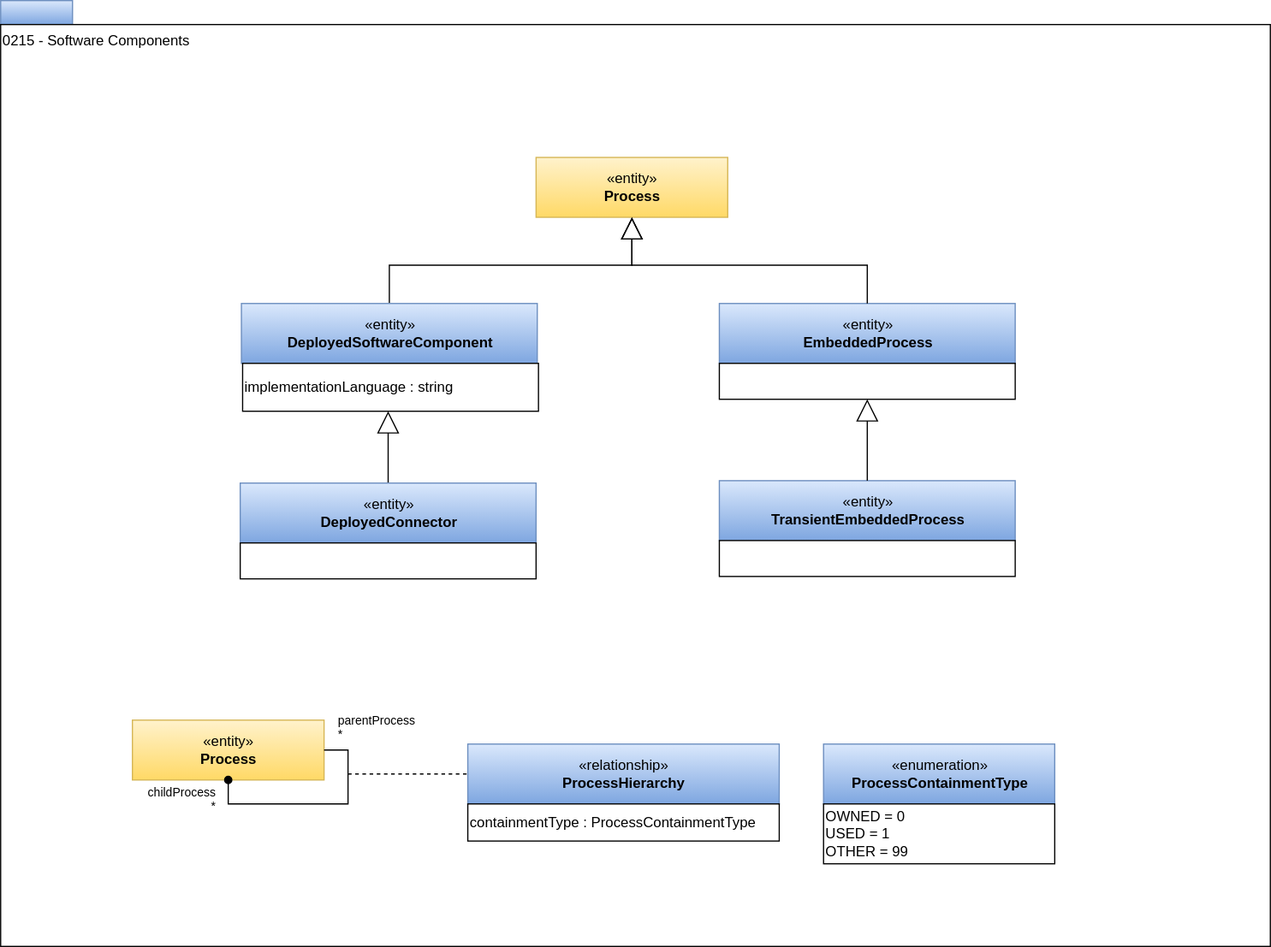
This is site/docs/types/2/0215-Software-Components.svg from odpi/egeria-docs, a draw.io export, as it was before one commit. Source tidied: cells renumbered, new cells last; positions are measured from the earlier drawing's top-left corner, leaving out a move shared by most shapes.
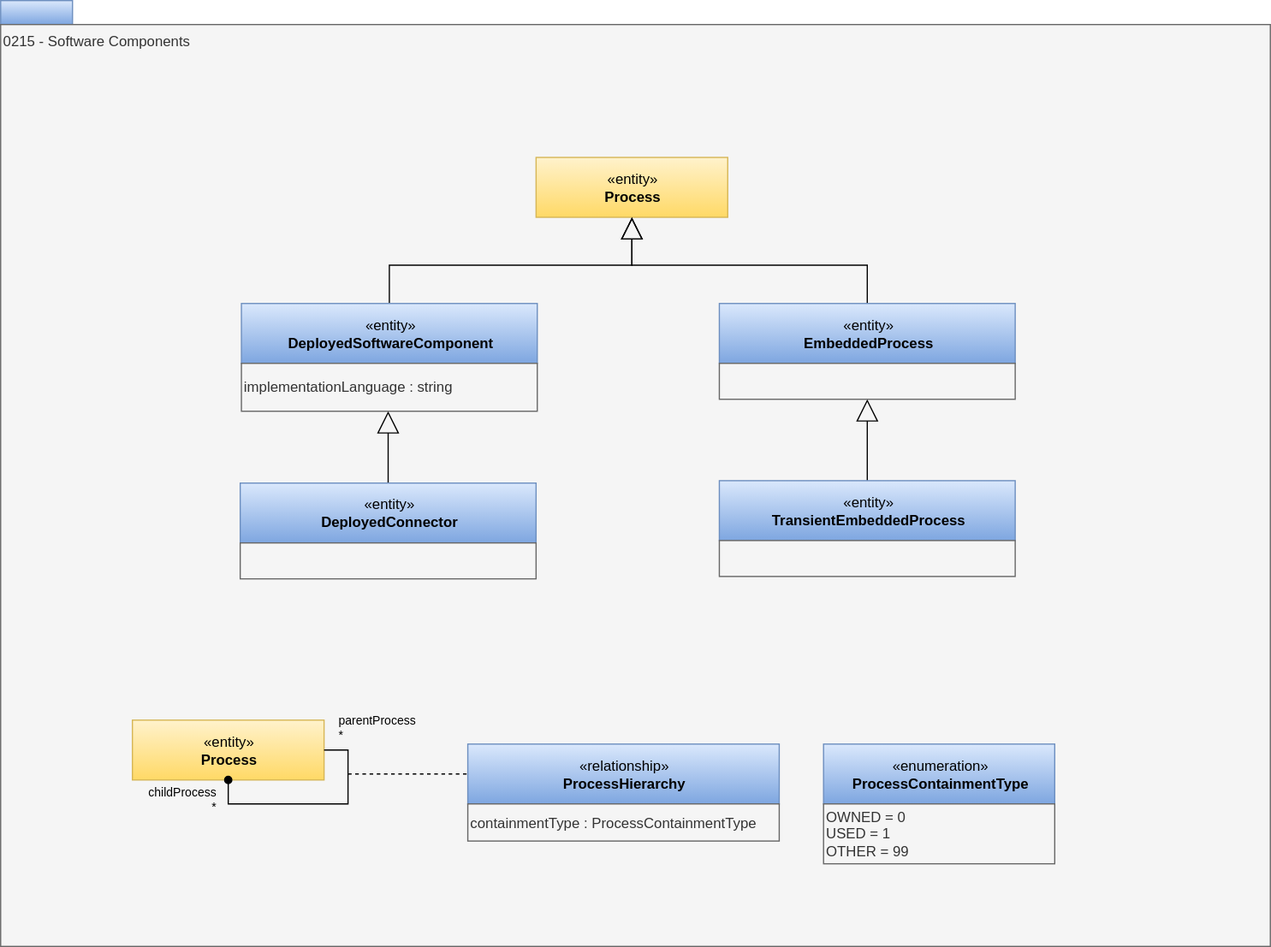
Later version of the same file.

Diff of the diagram source:
```diff
@@ -5,13 +5,13 @@
     <mxCell id="2" style="rounded=0;whiteSpace=wrap;html=1;align=left;fillColor=#dae8fc;strokeColor=#6c8ebf;gradientColor=#7ea6e0;" parent="1" vertex="1">
       <mxGeometry width="60" height="20" as="geometry" />
     </mxCell>
-    <mxCell id="3" value="0215 - Software Components" style="rounded=0;whiteSpace=wrap;html=1;align=left;verticalAlign=top;" parent="1" vertex="1">
+    <mxCell id="3" value="0215 - Software Components" style="rounded=0;whiteSpace=wrap;html=1;align=left;verticalAlign=top;fillColor=#f5f5f5;fontColor=#333333;strokeColor=#666666;" parent="1" vertex="1">
       <mxGeometry y="20" width="1060" height="770" as="geometry" />
     </mxCell>
     <mxCell id="4" value="«entity»&lt;br&gt;&lt;b&gt;Process&lt;/b&gt;" style="html=1;strokeColor=#d6b656;align=center;fillColor=#fff2cc;gradientColor=#ffd966;" parent="1" vertex="1">
       <mxGeometry x="447" y="131" width="160" height="50" as="geometry" />
     </mxCell>
-    <mxCell id="5" style="edgeStyle=orthogonalEdgeStyle;rounded=0;jettySize=auto;html=1;exitX=0.5;exitY=0;exitDx=0;exitDy=0;startSize=6;endArrow=block;endFill=0;endSize=16;entryX=0.5;entryY=1;entryDx=0;entryDy=0;" parent="1" edge="1" source="7" target="4">
+    <mxCell id="5" style="edgeStyle=orthogonalEdgeStyle;rounded=0;jettySize=auto;html=1;exitX=0.5;exitY=0;exitDx=0;exitDy=0;startSize=6;endArrow=block;endFill=0;endSize=16;entryX=0.5;entryY=1;entryDx=0;entryDy=0;" parent="1" edge="1" source="18" target="4">
       <mxGeometry x="-57" y="-1" as="geometry">
         <Array as="points">
           <mxPoint x="325" y="221" />
@@ -19,105 +19,93 @@
         </Array>
       </mxGeometry>
     </mxCell>
-    <mxCell id="6" style="group;" parent="1" vertex="1">
-      <mxGeometry x="201" y="253" width="248" height="100" as="geometry" />
+    <mxCell id="6" style="edgeStyle=orthogonalEdgeStyle;rounded=0;jettySize=auto;html=1;exitX=0.5;exitY=0;exitDx=0;exitDy=0;endArrow=block;endFill=0;endSize=16;" parent="1" edge="1" source="24" target="19">
+      <mxGeometry x="-57" y="-1" as="geometry">
+        <Array as="points">
+          <mxPoint x="324" y="403" />
+          <mxPoint x="324" y="403" />
+        </Array>
+      </mxGeometry>
     </mxCell>
-    <mxCell id="7" value="«entity»&lt;br&gt;&lt;b&gt;DeployedSoftwareComponent&lt;/b&gt;" style="html=1;strokeColor=#6c8ebf;align=center;fillColor=#dae8fc;gradientColor=#7ea6e0;" parent="6" vertex="1">
-      <mxGeometry width="247" height="50" as="geometry" />
+    <mxCell id="7" style="edgeStyle=orthogonalEdgeStyle;rounded=0;jettySize=auto;html=1;endArrow=block;endFill=0;endSize=16;exitX=0.5;exitY=0;exitDx=0;exitDy=0;" parent="1" edge="1" source="20">
+      <mxGeometry x="-57" y="-1" as="geometry">
+        <mxPoint x="527" y="181" as="targetPoint" />
+        <Array as="points">
+          <mxPoint x="724" y="221" />
+          <mxPoint x="527" y="221" />
+        </Array>
+      </mxGeometry>
     </mxCell>
-    <mxCell id="8" value="implementationLanguage : string" style="rounded=0;whiteSpace=wrap;html=1;strokeColor=#000000;gradientColor=#ffffff;align=left;" parent="6" vertex="1">
-      <mxGeometry x="1" y="50" width="247" height="40" as="geometry" />
+    <mxCell id="8" style="edgeStyle=orthogonalEdgeStyle;rounded=0;jettySize=auto;html=1;endArrow=block;endFill=0;endSize=16;entryX=0.5;entryY=1;entryDx=0;entryDy=0;" parent="1" edge="1" source="22" target="21">
+      <mxGeometry x="83" y="9" as="geometry">
+        <Array as="points">
+          <mxPoint x="724" y="361" />
+          <mxPoint x="724" y="361" />
+        </Array>
+      </mxGeometry>
     </mxCell>
-    <mxCell id="9" style="edgeStyle=orthogonalEdgeStyle;rounded=0;jettySize=auto;html=1;exitX=0.5;exitY=0;exitDx=0;exitDy=0;endArrow=block;endFill=0;endSize=16;" parent="1" edge="1" source="11" target="8">
-      <mxGeometry x="-57" y="-1" as="geometry">
-        <Array as="points">
-          <mxPoint x="324" y="403" />
-          <mxPoint x="324" y="403" />
-        </Array>
-      </mxGeometry>
+    <mxCell id="9" value="«entity»&lt;br&gt;&lt;b&gt;Process&lt;/b&gt;" style="html=1;strokeColor=#d6b656;align=center;fillColor=#fff2cc;gradientColor=#ffd966;" parent="1" vertex="1">
+      <mxGeometry x="110" y="601" width="160" height="50" as="geometry" />
     </mxCell>
-    <mxCell id="10" style="group;" parent="1" vertex="1">
-      <mxGeometry x="200" y="403" width="247" height="80" as="geometry" />
+    <mxCell id="10" value="«relationship»&lt;br&gt;&lt;b&gt;ProcessHierarchy&lt;/b&gt;" style="html=1;strokeColor=#6c8ebf;align=center;fillColor=#dae8fc;gradientColor=#7ea6e0;" parent="1" vertex="1">
+      <mxGeometry x="390" y="621" width="260" height="50" as="geometry" />
     </mxCell>
-    <mxCell id="11" value="«entity»&lt;br&gt;&lt;b&gt;DeployedConnector&lt;/b&gt;" style="html=1;strokeColor=#6c8ebf;align=center;fillColor=#dae8fc;gradientColor=#7ea6e0;" parent="10" vertex="1">
-      <mxGeometry width="247" height="50" as="geometry" />
+    <mxCell id="11" value="&lt;div style=&quot;text-align: left&quot;&gt;containmentType : ProcessContainmentType&lt;/div&gt;" style="rounded=0;whiteSpace=wrap;html=1;strokeColor=#666666;align=left;fillColor=#f5f5f5;fontColor=#333333;" parent="1" vertex="1">
+      <mxGeometry x="390" y="671" width="260" height="31" as="geometry" />
     </mxCell>
-    <mxCell id="12" style="rounded=0;whiteSpace=wrap;html=1;strokeColor=#000000;gradientColor=#ffffff;align=left;" parent="10" vertex="1">
-      <mxGeometry y="50" width="247" height="30" as="geometry" />
+    <mxCell id="12" style="endArrow=oval;html=1;edgeStyle=orthogonalEdgeStyle;exitX=1;exitY=0.5;exitDx=0;exitDy=0;entryX=0.5;entryY=1;entryDx=0;entryDy=0;rounded=0;endFill=1;" parent="1" edge="1" source="9" target="9">
+      <mxGeometry relative="1" as="geometry">
+        <Array as="points">
+          <mxPoint x="290" y="626" />
+          <mxPoint x="290" y="671" />
+          <mxPoint x="190" y="671" />
+        </Array>
+      </mxGeometry>
     </mxCell>
-    <mxCell id="13" style="group;" parent="1" vertex="1">
-      <mxGeometry x="600" y="253" width="247" height="80" as="geometry" />
+    <mxCell id="13" value="parentProcess&lt;br&gt;*" style="html=1;align=left;verticalAlign=bottom;labelBackgroundColor=none;fontSize=10;" parent="12" vertex="1">
+      <mxGeometry x="-1" relative="1" as="geometry">
+        <mxPoint x="10" y="-5" as="offset" />
+      </mxGeometry>
     </mxCell>
-    <mxCell id="14" value="«entity»&lt;br&gt;&lt;b&gt;EmbeddedProcess&lt;/b&gt;" style="html=1;strokeColor=#6c8ebf;align=center;fillColor=#dae8fc;gradientColor=#7ea6e0;" parent="13" vertex="1">
-      <mxGeometry width="247" height="50" as="geometry" />
+    <mxCell id="14" value="childProcess&lt;br&gt;*" style="html=1;align=right;verticalAlign=bottom;labelBackgroundColor=none;fontSize=10;" parent="12" vertex="1">
+      <mxGeometry x="1" relative="1" as="geometry">
+        <mxPoint x="-10" y="30" as="offset" />
+      </mxGeometry>
     </mxCell>
-    <mxCell id="15" style="rounded=0;whiteSpace=wrap;html=1;strokeColor=#000000;gradientColor=#ffffff;align=left;" parent="13" vertex="1">
-      <mxGeometry y="50" width="247" height="30" as="geometry" />
+    <mxCell id="15" style="endArrow=none;dashed=1;html=1;entryX=0;entryY=0.5;entryDx=0;entryDy=0;" parent="1" edge="1" target="10">
+      <mxGeometry relative="1" as="geometry">
+        <mxPoint x="290" y="646" as="sourcePoint" />
+      </mxGeometry>
     </mxCell>
-    <mxCell id="16" style="edgeStyle=orthogonalEdgeStyle;rounded=0;jettySize=auto;html=1;endArrow=block;endFill=0;endSize=16;exitX=0.5;exitY=0;exitDx=0;exitDy=0;" parent="1" edge="1" source="14">
-      <mxGeometry x="-57" y="-1" as="geometry">
-        <mxPoint x="527" y="181" as="targetPoint" />
-        <Array as="points">
-          <mxPoint x="724" y="221" />
-          <mxPoint x="527" y="221" />
-        </Array>
-      </mxGeometry>
+    <mxCell id="16" value="«enumeration»&lt;br&gt;&lt;b&gt;ProcessContainmentType&lt;/b&gt;" style="html=1;strokeColor=#6c8ebf;align=center;fillColor=#dae8fc;gradientColor=#7ea6e0;" parent="1" vertex="1">
+      <mxGeometry x="687" y="621" width="193" height="50" as="geometry" />
     </mxCell>
-    <mxCell id="17" style="group;" parent="1" vertex="1">
-      <mxGeometry x="600" y="401" width="247" height="100" as="geometry" />
+    <mxCell id="17" value="&lt;div style=&quot;text-align: left&quot;&gt;OWNED = 0&lt;/div&gt;&lt;div style=&quot;text-align: left&quot;&gt;USED = 1&lt;/div&gt;&lt;div style=&quot;text-align: left&quot;&gt;OTHER = 99&lt;/div&gt;" style="rounded=0;whiteSpace=wrap;html=1;strokeColor=#666666;align=left;fillColor=#f5f5f5;fontColor=#333333;" parent="1" vertex="1">
+      <mxGeometry x="687" y="671" width="193" height="50" as="geometry" />
     </mxCell>
-    <mxCell id="18" value="«entity»&lt;br&gt;&lt;b&gt;TransientEmbeddedProcess&lt;/b&gt;" style="html=1;strokeColor=#6c8ebf;align=center;fillColor=#dae8fc;gradientColor=#7ea6e0;" parent="17" vertex="1">
-      <mxGeometry width="247" height="50" as="geometry" />
+    <mxCell id="18" value="«entity»&lt;br&gt;&lt;b&gt;DeployedSoftwareComponent&lt;/b&gt;" style="html=1;strokeColor=#6c8ebf;align=center;fillColor=#dae8fc;gradientColor=#7ea6e0;" parent="1" vertex="1">
+      <mxGeometry x="201" y="253" width="247" height="50" as="geometry" />
     </mxCell>
-    <mxCell id="19" style="rounded=0;whiteSpace=wrap;html=1;strokeColor=#000000;gradientColor=#ffffff;align=left;" parent="17" vertex="1">
-      <mxGeometry y="50" width="247" height="30" as="geometry" />
+    <mxCell id="19" value="implementationLanguage : string" style="rounded=0;whiteSpace=wrap;html=1;strokeColor=#666666;align=left;fillColor=#f5f5f5;fontColor=#333333;" parent="1" vertex="1">
+      <mxGeometry x="201" y="303" width="247" height="40" as="geometry" />
     </mxCell>
-    <mxCell id="20" style="edgeStyle=orthogonalEdgeStyle;rounded=0;jettySize=auto;html=1;endArrow=block;endFill=0;endSize=16;entryX=0.5;entryY=1;entryDx=0;entryDy=0;" parent="1" edge="1" source="18" target="15">
-      <mxGeometry x="83" y="9" as="geometry">
-        <Array as="points">
-          <mxPoint x="724" y="361" />
-          <mxPoint x="724" y="361" />
-        </Array>
-      </mxGeometry>
+    <mxCell id="20" value="«entity»&lt;br&gt;&lt;b&gt;EmbeddedProcess&lt;/b&gt;" style="html=1;strokeColor=#6c8ebf;align=center;fillColor=#dae8fc;gradientColor=#7ea6e0;" parent="1" vertex="1">
+      <mxGeometry x="600" y="253" width="247" height="50" as="geometry" />
     </mxCell>
-    <mxCell id="21" value="«entity»&lt;br&gt;&lt;b&gt;Process&lt;/b&gt;" style="html=1;strokeColor=#d6b656;align=center;fillColor=#fff2cc;gradientColor=#ffd966;" parent="1" vertex="1">
-      <mxGeometry x="110" y="601" width="160" height="50" as="geometry" />
+    <mxCell id="21" style="rounded=0;whiteSpace=wrap;html=1;strokeColor=#666666;align=left;fillColor=#f5f5f5;fontColor=#333333;" parent="1" vertex="1">
+      <mxGeometry x="600" y="303" width="247" height="30" as="geometry" />
     </mxCell>
-    <mxCell id="22" value="«relationship»&lt;br&gt;&lt;b&gt;ProcessHierarchy&lt;/b&gt;" style="html=1;strokeColor=#6c8ebf;align=center;fillColor=#dae8fc;gradientColor=#7ea6e0;" parent="1" vertex="1">
-      <mxGeometry x="390" y="621" width="260" height="50" as="geometry" />
+    <mxCell id="22" value="«entity»&lt;br&gt;&lt;b&gt;TransientEmbeddedProcess&lt;/b&gt;" style="html=1;strokeColor=#6c8ebf;align=center;fillColor=#dae8fc;gradientColor=#7ea6e0;" parent="1" vertex="1">
+      <mxGeometry x="600" y="401" width="247" height="50" as="geometry" />
     </mxCell>
-    <mxCell id="23" value="&lt;div style=&quot;text-align: left&quot;&gt;containmentType : ProcessContainmentType&lt;/div&gt;" style="rounded=0;whiteSpace=wrap;html=1;strokeColor=#000000;gradientColor=#ffffff;align=left;" parent="1" vertex="1">
-      <mxGeometry x="390" y="671" width="260" height="31" as="geometry" />
+    <mxCell id="23" style="rounded=0;whiteSpace=wrap;html=1;strokeColor=#666666;align=left;fillColor=#f5f5f5;fontColor=#333333;" parent="1" vertex="1">
+      <mxGeometry x="600" y="451" width="247" height="30" as="geometry" />
     </mxCell>
-    <mxCell id="24" style="endArrow=oval;html=1;edgeStyle=orthogonalEdgeStyle;exitX=1;exitY=0.5;exitDx=0;exitDy=0;entryX=0.5;entryY=1;entryDx=0;entryDy=0;rounded=0;endFill=1;" parent="1" edge="1" source="21" target="21">
-      <mxGeometry relative="1" as="geometry">
-        <Array as="points">
-          <mxPoint x="290" y="626" />
-          <mxPoint x="290" y="671" />
-          <mxPoint x="190" y="671" />
-        </Array>
-      </mxGeometry>
+    <mxCell id="24" value="«entity»&lt;br&gt;&lt;b&gt;DeployedConnector&lt;/b&gt;" style="html=1;strokeColor=#6c8ebf;align=center;fillColor=#dae8fc;gradientColor=#7ea6e0;" parent="1" vertex="1">
+      <mxGeometry x="200" y="403" width="247" height="50" as="geometry" />
     </mxCell>
-    <mxCell id="25" value="parentProcess&lt;br&gt;*" style="html=1;align=left;verticalAlign=bottom;labelBackgroundColor=#ffffff;fontSize=10;" parent="24" vertex="1">
-      <mxGeometry x="-1" relative="1" as="geometry">
-        <mxPoint x="10" y="-5" as="offset" />
-      </mxGeometry>
+    <mxCell id="25" style="rounded=0;whiteSpace=wrap;html=1;strokeColor=#666666;align=left;fillColor=#f5f5f5;fontColor=#333333;" parent="1" vertex="1">
+      <mxGeometry x="200" y="453" width="247" height="30" as="geometry" />
     </mxCell>
-    <mxCell id="26" value="childProcess&lt;br&gt;*" style="html=1;align=right;verticalAlign=bottom;labelBackgroundColor=#ffffff;fontSize=10;" parent="24" vertex="1">
-      <mxGeometry x="1" relative="1" as="geometry">
-        <mxPoint x="-10" y="30" as="offset" />
-      </mxGeometry>
-    </mxCell>
-    <mxCell id="27" style="endArrow=none;dashed=1;html=1;entryX=0;entryY=0.5;entryDx=0;entryDy=0;" parent="1" edge="1" target="22">
-      <mxGeometry relative="1" as="geometry">
-        <mxPoint x="290" y="646" as="sourcePoint" />
-      </mxGeometry>
-    </mxCell>
-    <mxCell id="28" value="«enumeration»&lt;br&gt;&lt;b&gt;ProcessContainmentType&lt;/b&gt;" style="html=1;strokeColor=#6c8ebf;align=center;fillColor=#dae8fc;gradientColor=#7ea6e0;" parent="1" vertex="1">
-      <mxGeometry x="687" y="621" width="193" height="50" as="geometry" />
-    </mxCell>
-    <mxCell id="29" value="&lt;div style=&quot;text-align: left&quot;&gt;OWNED = 0&lt;/div&gt;&lt;div style=&quot;text-align: left&quot;&gt;USED = 1&lt;/div&gt;&lt;div style=&quot;text-align: left&quot;&gt;OTHER = 99&lt;/div&gt;" style="rounded=0;whiteSpace=wrap;html=1;strokeColor=#000000;gradientColor=#ffffff;align=left;" parent="1" vertex="1">
-      <mxGeometry x="687" y="671" width="193" height="50" as="geometry" />
-    </mxCell>
   </root>
 </mxGraphModel>
```
